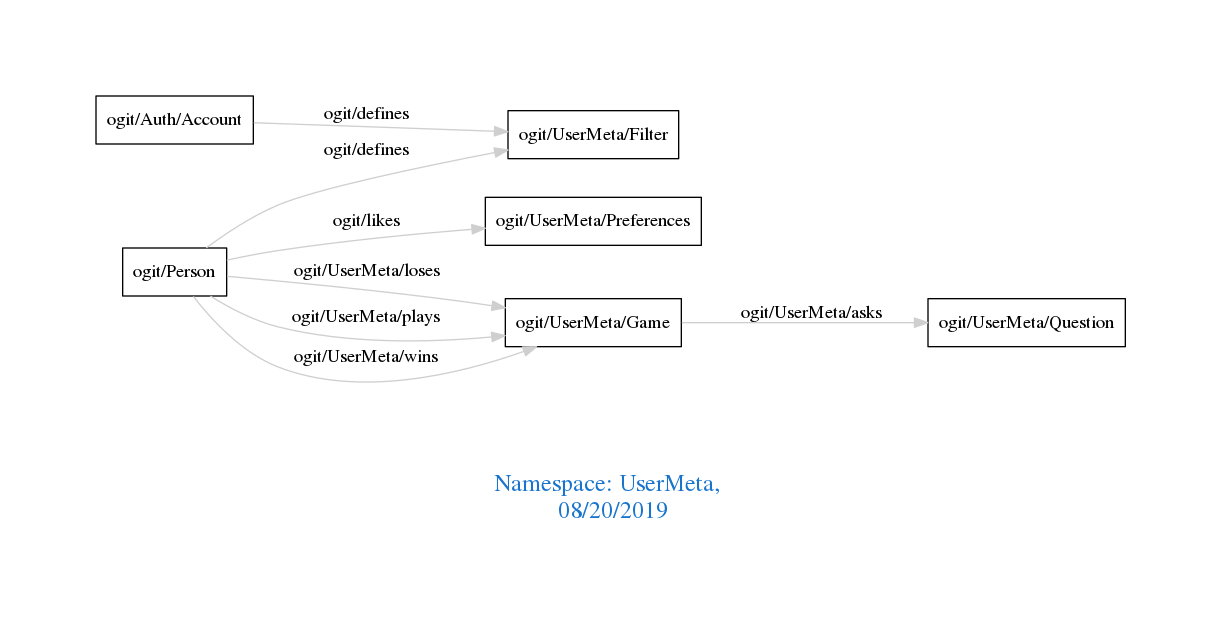
Earlier version of the Graphviz export downloads/UserMeta.png (arago/OGIT). Its source is kept beside it as downloads/UserMeta.dot.
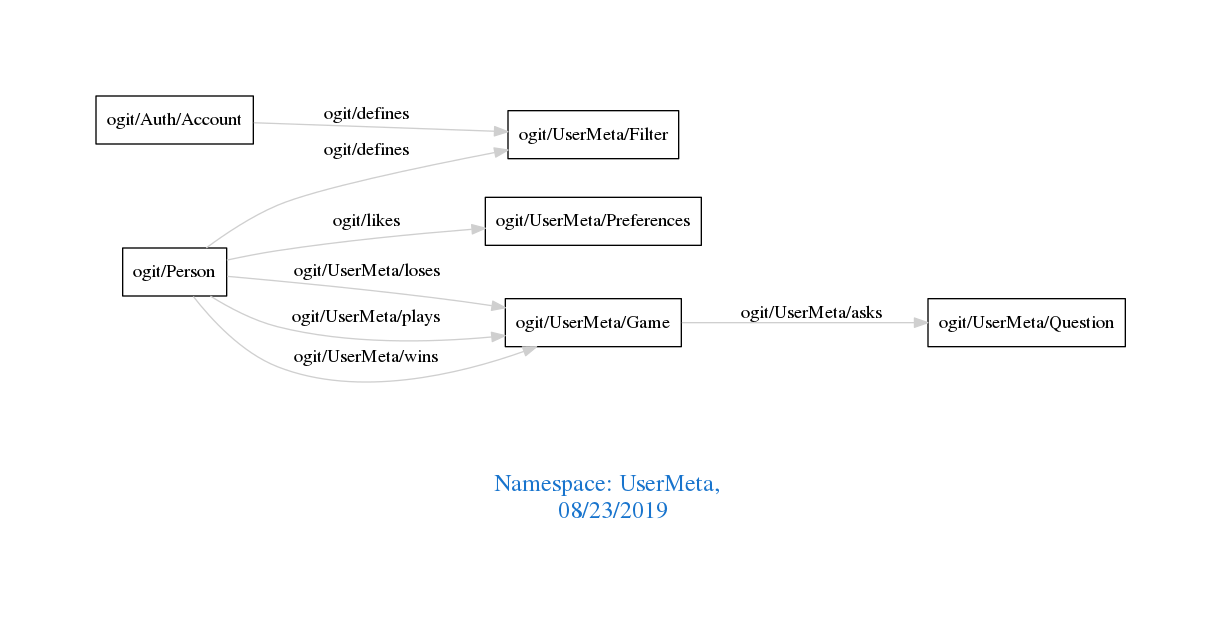
Later version of the same file.

Diff of the diagram source:
```diff
@@ -1,7 +1,7 @@
 digraph OGIT_ontology {
  graph [ rankdir= LR,pad=1
 fontsize = 18,
-fontcolor= dodgerblue3,label = "\n\n\nNamespace: UserMeta, \n 08/20/2019"];
+fontcolor= dodgerblue3,label = "\n\n\nNamespace: UserMeta, \n 08/23/2019"];
 node[shape=polygon];
 edge [  color="gray81"];
 
```
